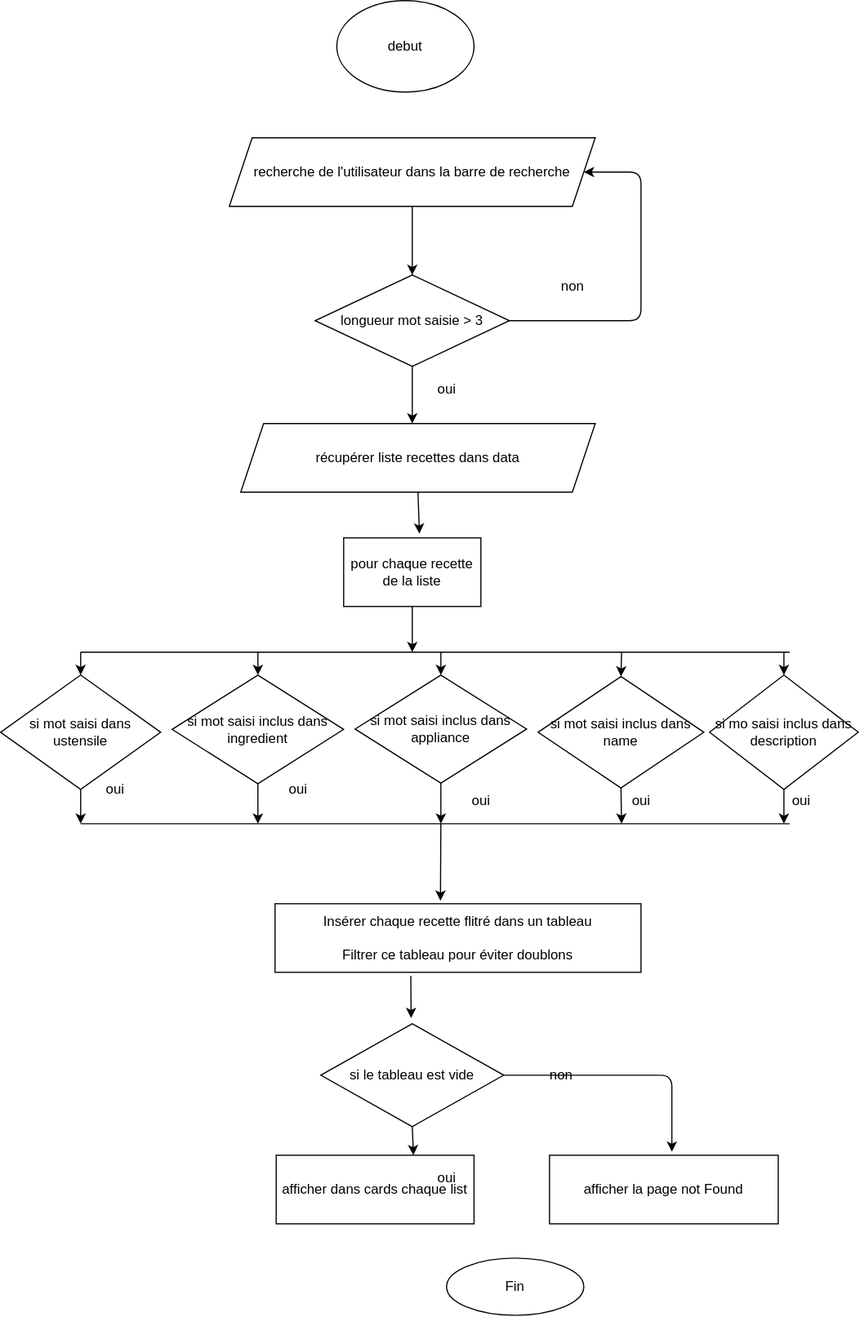
The draw.io diagram draw/diagramm1.drawio.svg in nivorako/P11-front-end-search-engine, before a commit. Source tidied: cells renumbered, new cells last; positions are measured from the earlier drawing's top-left corner, leaving out a move shared by most shapes. Source of this version:
```xml
<mxGraphModel>
  <root>
    <mxCell id="0" />
    <mxCell id="1" parent="0" />
    <mxCell id="2" value="debut" style="ellipse;whiteSpace=wrap;html=1;" parent="1" vertex="1">
      <mxGeometry x="294" width="120" height="80" as="geometry" />
    </mxCell>
    <mxCell id="3" value="recherche de l'utilisateur dans la barre de recherche" style="shape=parallelogram;perimeter=parallelogramPerimeter;whiteSpace=wrap;html=1;fixedSize=1;" parent="1" vertex="1">
      <mxGeometry x="200" y="120" width="320" height="60" as="geometry" />
    </mxCell>
    <mxCell id="4" value="longueur mot saisie &amp;gt; 3" style="rhombus;whiteSpace=wrap;html=1;" parent="1" vertex="1">
      <mxGeometry x="275" y="240" width="170" height="80" as="geometry" />
    </mxCell>
    <mxCell id="5" value="non" style="text;html=1;align=center;verticalAlign=middle;strokeColor=none;fillColor=none;" parent="1" vertex="1">
      <mxGeometry x="480" y="240" width="40" height="20" as="geometry" />
    </mxCell>
    <mxCell id="6" style="endArrow=classic;html=1;exitX=1;exitY=0.5;exitDx=0;exitDy=0;entryX=1;entryY=0.5;entryDx=0;entryDy=0;" parent="1" edge="1" source="4" target="3">
      <mxGeometry relative="1" as="geometry">
        <Array as="points">
          <mxPoint x="560" y="280" />
          <mxPoint x="560" y="150" />
        </Array>
      </mxGeometry>
    </mxCell>
    <mxCell id="7" value="oui" style="text;html=1;align=center;verticalAlign=middle;strokeColor=none;fillColor=none;" parent="1" vertex="1">
      <mxGeometry x="375" y="330" width="30" height="20" as="geometry" />
    </mxCell>
    <mxCell id="8" value="récupérer liste recettes dans data" style="shape=parallelogram;perimeter=parallelogramPerimeter;whiteSpace=wrap;html=1;fixedSize=1;" parent="1" vertex="1">
      <mxGeometry x="210" y="370" width="310" height="60" as="geometry" />
    </mxCell>
    <mxCell id="9" style="endArrow=classic;html=1;entryX=0.5;entryY=0;entryDx=0;entryDy=0;exitX=0.5;exitY=1;exitDx=0;exitDy=0;" parent="1" edge="1" source="3" target="4">
      <mxGeometry relative="1" as="geometry" />
    </mxCell>
    <mxCell id="10" style="endArrow=classic;html=1;exitX=0.5;exitY=1;exitDx=0;exitDy=0;" parent="1" edge="1" source="4">
      <mxGeometry relative="1" as="geometry">
        <mxPoint x="360" y="370" as="targetPoint" />
      </mxGeometry>
    </mxCell>
    <mxCell id="11" value="si mot saisi inclus dans appliance" style="rhombus;whiteSpace=wrap;html=1;" parent="1" vertex="1">
      <mxGeometry x="310" y="590" width="150" height="94.5" as="geometry" />
    </mxCell>
    <mxCell id="12" value="pour chaque recette de la liste" style="rounded=0;whiteSpace=wrap;html=1;" parent="1" vertex="1">
      <mxGeometry x="300" y="470" width="120" height="60" as="geometry" />
    </mxCell>
    <mxCell id="13" value="si mot saisi inclus dans ingredient" style="rhombus;whiteSpace=wrap;html=1;" parent="1" vertex="1">
      <mxGeometry x="150" y="590" width="150" height="95" as="geometry" />
    </mxCell>
    <mxCell id="14" value="si mot saisi dans ustensile" style="rhombus;whiteSpace=wrap;html=1;" parent="1" vertex="1">
      <mxGeometry y="590" width="140" height="100" as="geometry" />
    </mxCell>
    <mxCell id="15" value="si mot saisi inclus dans name" style="rhombus;whiteSpace=wrap;html=1;" parent="1" vertex="1">
      <mxGeometry x="470" y="591.2" width="145" height="97.5" as="geometry" />
    </mxCell>
    <mxCell id="16" value="si mo saisi inclus dans description" style="rhombus;whiteSpace=wrap;html=1;" parent="1" vertex="1">
      <mxGeometry x="620" y="590" width="130" height="100" as="geometry" />
    </mxCell>
    <mxCell id="17" style="endArrow=none;html=1;" parent="1" edge="1">
      <mxGeometry relative="1" as="geometry">
        <mxPoint x="70" y="570" as="sourcePoint" />
        <mxPoint x="690" y="570" as="targetPoint" />
      </mxGeometry>
    </mxCell>
    <mxCell id="18" style="endArrow=classic;html=1;exitX=0.5;exitY=1;exitDx=0;exitDy=0;" parent="1" edge="1" source="12">
      <mxGeometry relative="1" as="geometry">
        <mxPoint x="360" y="570" as="targetPoint" />
      </mxGeometry>
    </mxCell>
    <mxCell id="19" style="endArrow=classic;html=1;" parent="1" edge="1" target="14">
      <mxGeometry relative="1" as="geometry">
        <mxPoint x="70" y="570" as="sourcePoint" />
      </mxGeometry>
    </mxCell>
    <mxCell id="20" style="endArrow=classic;html=1;entryX=0.5;entryY=0;entryDx=0;entryDy=0;" parent="1" edge="1" target="13">
      <mxGeometry relative="1" as="geometry">
        <mxPoint x="225" y="570" as="sourcePoint" />
      </mxGeometry>
    </mxCell>
    <mxCell id="21" style="endArrow=classic;html=1;entryX=0.5;entryY=0;entryDx=0;entryDy=0;" parent="1" edge="1" target="11">
      <mxGeometry relative="1" as="geometry">
        <mxPoint x="385" y="570" as="sourcePoint" />
      </mxGeometry>
    </mxCell>
    <mxCell id="22" style="endArrow=classic;html=1;entryX=0.5;entryY=0;entryDx=0;entryDy=0;" parent="1" edge="1" target="15">
      <mxGeometry relative="1" as="geometry">
        <mxPoint x="543" y="570" as="sourcePoint" />
      </mxGeometry>
    </mxCell>
    <mxCell id="23" style="endArrow=classic;html=1;entryX=0.5;entryY=0;entryDx=0;entryDy=0;" parent="1" edge="1" target="16">
      <mxGeometry relative="1" as="geometry">
        <mxPoint x="685" y="570" as="sourcePoint" />
      </mxGeometry>
    </mxCell>
    <mxCell id="24" style="endArrow=none;html=1;" parent="1" edge="1">
      <mxGeometry relative="1" as="geometry">
        <mxPoint x="70" y="720" as="sourcePoint" />
        <mxPoint x="690" y="720" as="targetPoint" />
      </mxGeometry>
    </mxCell>
    <mxCell id="25" style="endArrow=classic;html=1;exitX=0.5;exitY=1;exitDx=0;exitDy=0;" parent="1" edge="1" source="14">
      <mxGeometry relative="1" as="geometry">
        <mxPoint x="70" y="720" as="targetPoint" />
      </mxGeometry>
    </mxCell>
    <mxCell id="26" style="endArrow=classic;html=1;exitX=0.5;exitY=1;exitDx=0;exitDy=0;" parent="1" edge="1" source="13">
      <mxGeometry relative="1" as="geometry">
        <mxPoint x="225" y="720" as="targetPoint" />
      </mxGeometry>
    </mxCell>
    <mxCell id="27" style="endArrow=classic;html=1;exitX=0.5;exitY=1;exitDx=0;exitDy=0;" parent="1" edge="1" source="11">
      <mxGeometry relative="1" as="geometry">
        <mxPoint x="385" y="720" as="targetPoint" />
      </mxGeometry>
    </mxCell>
    <mxCell id="28" style="endArrow=classic;html=1;exitX=0.5;exitY=1;exitDx=0;exitDy=0;" parent="1" edge="1" source="15">
      <mxGeometry relative="1" as="geometry">
        <mxPoint x="543" y="720" as="targetPoint" />
      </mxGeometry>
    </mxCell>
    <mxCell id="29" style="endArrow=classic;html=1;exitX=0.5;exitY=1;exitDx=0;exitDy=0;" parent="1" edge="1" source="16">
      <mxGeometry relative="1" as="geometry">
        <mxPoint x="685" y="720" as="targetPoint" />
      </mxGeometry>
    </mxCell>
    <mxCell id="30" value="Insérer chaque recette flitré dans un tableau&lt;br&gt;&lt;br&gt;Filtrer ce tableau pour éviter doublons" style="rounded=0;whiteSpace=wrap;html=1;" parent="1" vertex="1">
      <mxGeometry x="240" y="790" width="320" height="60" as="geometry" />
    </mxCell>
    <mxCell id="31" style="endArrow=classic;html=1;entryX=0.452;entryY=-0.044;entryDx=0;entryDy=0;entryPerimeter=0;" parent="1" edge="1" target="30">
      <mxGeometry relative="1" as="geometry">
        <mxPoint x="385" y="720" as="sourcePoint" />
      </mxGeometry>
    </mxCell>
    <mxCell id="32" value="oui" style="text;html=1;align=center;verticalAlign=middle;strokeColor=none;fillColor=none;" parent="1" vertex="1">
      <mxGeometry x="85" y="680" width="30" height="20" as="geometry" />
    </mxCell>
    <mxCell id="33" value="oui" style="text;html=1;align=center;verticalAlign=middle;strokeColor=none;fillColor=none;" parent="1" vertex="1">
      <mxGeometry x="245" y="680" width="30" height="20" as="geometry" />
    </mxCell>
    <mxCell id="34" value="oui" style="text;html=1;align=center;verticalAlign=middle;strokeColor=none;fillColor=none;" parent="1" vertex="1">
      <mxGeometry x="405" y="690" width="30" height="20" as="geometry" />
    </mxCell>
    <mxCell id="35" value="oui" style="text;html=1;align=center;verticalAlign=middle;strokeColor=none;fillColor=none;" parent="1" vertex="1">
      <mxGeometry x="545" y="690" width="30" height="20" as="geometry" />
    </mxCell>
    <mxCell id="36" value="oui" style="text;html=1;align=center;verticalAlign=middle;strokeColor=none;fillColor=none;" parent="1" vertex="1">
      <mxGeometry x="685" y="690" width="30" height="20" as="geometry" />
    </mxCell>
    <mxCell id="37" value="si le tableau est vide" style="rhombus;whiteSpace=wrap;html=1;" parent="1" vertex="1">
      <mxGeometry x="280" y="895" width="160" height="90" as="geometry" />
    </mxCell>
    <mxCell id="38" value="afficher dans cards chaque list" style="rounded=0;whiteSpace=wrap;html=1;" parent="1" vertex="1">
      <mxGeometry x="241" y="1010" width="173" height="60" as="geometry" />
    </mxCell>
    <mxCell id="39" value="afficher la page not Found" style="rounded=0;whiteSpace=wrap;html=1;" parent="1" vertex="1">
      <mxGeometry x="480" y="1010" width="200" height="60" as="geometry" />
    </mxCell>
    <mxCell id="40" style="endArrow=classic;html=1;exitX=0.5;exitY=1;exitDx=0;exitDy=0;entryX=0.694;entryY=0;entryDx=0;entryDy=0;entryPerimeter=0;" parent="1" edge="1" source="37" target="38">
      <mxGeometry relative="1" as="geometry" />
    </mxCell>
    <mxCell id="41" value="oui" style="text;html=1;align=center;verticalAlign=middle;strokeColor=none;fillColor=none;" parent="1" vertex="1">
      <mxGeometry x="375" y="1020" width="30" height="20" as="geometry" />
    </mxCell>
    <mxCell id="42" style="endArrow=classic;html=1;entryX=0.535;entryY=-0.051;entryDx=0;entryDy=0;entryPerimeter=0;exitX=1;exitY=0.5;exitDx=0;exitDy=0;" parent="1" edge="1" source="37" target="39">
      <mxGeometry relative="1" as="geometry">
        <Array as="points">
          <mxPoint x="587" y="940" />
        </Array>
      </mxGeometry>
    </mxCell>
    <mxCell id="43" value="non" style="text;html=1;align=center;verticalAlign=middle;strokeColor=none;fillColor=none;" parent="1" vertex="1">
      <mxGeometry x="470" y="930" width="40" height="20" as="geometry" />
    </mxCell>
    <mxCell id="44" value="Fin" style="ellipse;whiteSpace=wrap;html=1;" parent="1" vertex="1">
      <mxGeometry x="390" y="1100" width="120" height="50" as="geometry" />
    </mxCell>
    <mxCell id="45" style="endArrow=classic;html=1;exitX=0.371;exitY=1.051;exitDx=0;exitDy=0;exitPerimeter=0;" parent="1" edge="1" source="30">
      <mxGeometry relative="1" as="geometry">
        <mxPoint x="359" y="890" as="targetPoint" />
      </mxGeometry>
    </mxCell>
    <mxCell id="46" style="endArrow=classic;html=1;exitX=0.5;exitY=1;exitDx=0;exitDy=0;entryX=0.552;entryY=-0.062;entryDx=0;entryDy=0;entryPerimeter=0;" parent="1" edge="1" source="8" target="12">
      <mxGeometry relative="1" as="geometry" />
    </mxCell>
  </root>
</mxGraphModel>
```
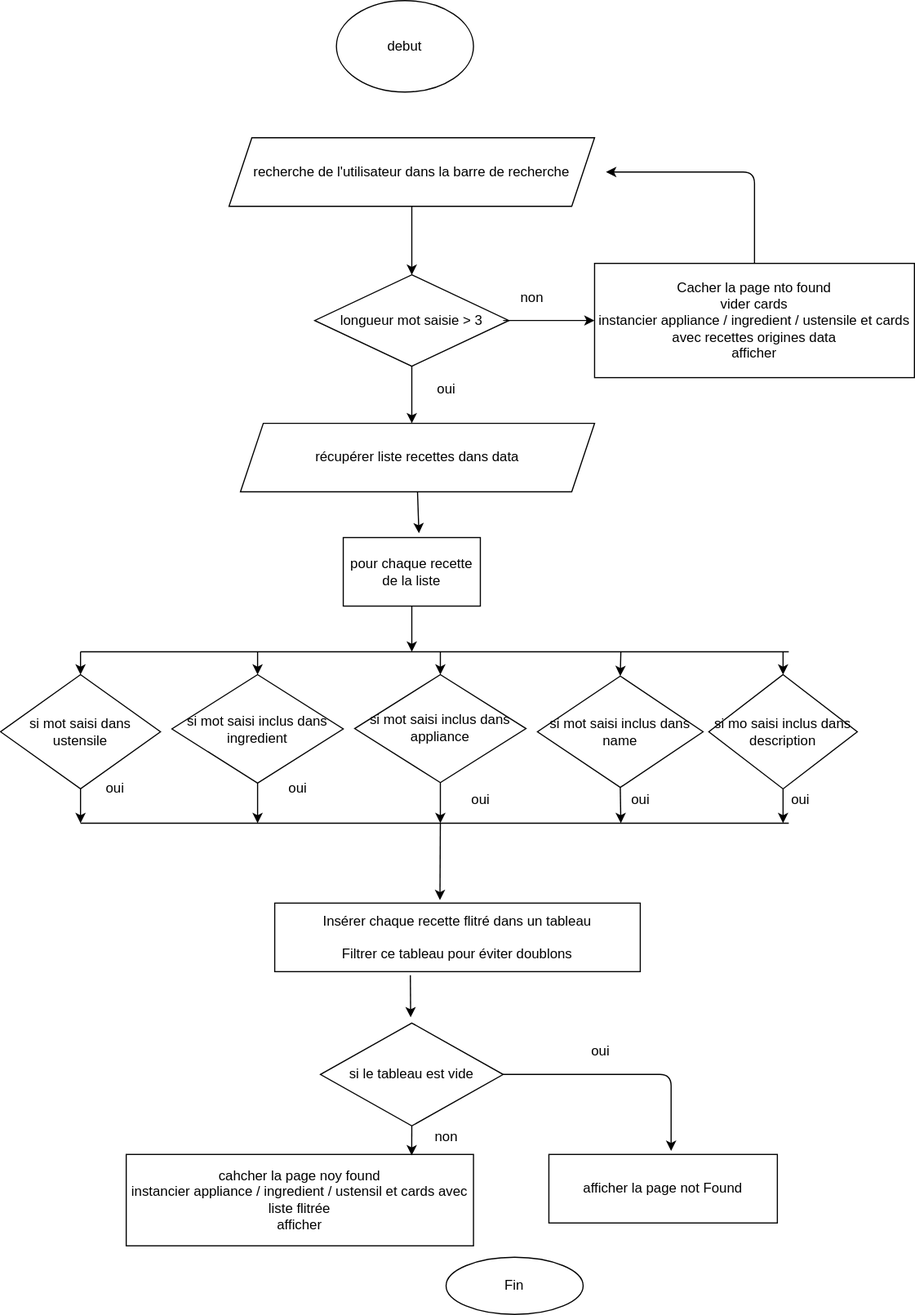
The same diagram one commit later.

Diff of the diagram source:
```diff
@@ -12,16 +12,8 @@
       <mxGeometry x="275" y="240" width="170" height="80" as="geometry" />
     </mxCell>
     <mxCell id="5" value="non" style="text;html=1;align=center;verticalAlign=middle;strokeColor=none;fillColor=none;" parent="1" vertex="1">
-      <mxGeometry x="480" y="240" width="40" height="20" as="geometry" />
+      <mxGeometry x="445" y="250" width="40" height="20" as="geometry" />
     </mxCell>
-    <mxCell id="6" style="endArrow=classic;html=1;exitX=1;exitY=0.5;exitDx=0;exitDy=0;entryX=1;entryY=0.5;entryDx=0;entryDy=0;" parent="1" edge="1" source="4" target="3">
-      <mxGeometry relative="1" as="geometry">
-        <Array as="points">
-          <mxPoint x="560" y="280" />
-          <mxPoint x="560" y="150" />
-        </Array>
-      </mxGeometry>
-    </mxCell>
     <mxCell id="7" value="oui" style="text;html=1;align=center;verticalAlign=middle;strokeColor=none;fillColor=none;" parent="1" vertex="1">
       <mxGeometry x="375" y="330" width="30" height="20" as="geometry" />
     </mxCell>
@@ -147,17 +139,17 @@
     <mxCell id="37" value="si le tableau est vide" style="rhombus;whiteSpace=wrap;html=1;" parent="1" vertex="1">
       <mxGeometry x="280" y="895" width="160" height="90" as="geometry" />
     </mxCell>
-    <mxCell id="38" value="afficher dans cards chaque list" style="rounded=0;whiteSpace=wrap;html=1;" parent="1" vertex="1">
-      <mxGeometry x="241" y="1010" width="173" height="60" as="geometry" />
+    <mxCell id="38" value="cahcher la page noy found&lt;br&gt;instancier appliance / ingredient / ustensil et cards avec liste flitrée&amp;nbsp;&amp;nbsp;&lt;br&gt;afficher&amp;nbsp;" style="rounded=0;whiteSpace=wrap;html=1;" parent="1" vertex="1">
+      <mxGeometry x="110" y="1010" width="304" height="80" as="geometry" />
     </mxCell>
     <mxCell id="39" value="afficher la page not Found" style="rounded=0;whiteSpace=wrap;html=1;" parent="1" vertex="1">
       <mxGeometry x="480" y="1010" width="200" height="60" as="geometry" />
     </mxCell>
-    <mxCell id="40" style="endArrow=classic;html=1;exitX=0.5;exitY=1;exitDx=0;exitDy=0;entryX=0.694;entryY=0;entryDx=0;entryDy=0;entryPerimeter=0;" parent="1" edge="1" source="37" target="38">
+    <mxCell id="40" style="endArrow=classic;html=1;exitX=0.5;exitY=1;exitDx=0;exitDy=0;entryX=0.822;entryY=0.011;entryDx=0;entryDy=0;entryPerimeter=0;" parent="1" edge="1" source="37" target="38">
       <mxGeometry relative="1" as="geometry" />
     </mxCell>
     <mxCell id="41" value="oui" style="text;html=1;align=center;verticalAlign=middle;strokeColor=none;fillColor=none;" parent="1" vertex="1">
-      <mxGeometry x="375" y="1020" width="30" height="20" as="geometry" />
+      <mxGeometry x="510" y="910" width="30" height="20" as="geometry" />
     </mxCell>
     <mxCell id="42" style="endArrow=classic;html=1;entryX=0.535;entryY=-0.051;entryDx=0;entryDy=0;entryPerimeter=0;exitX=1;exitY=0.5;exitDx=0;exitDy=0;" parent="1" edge="1" source="37" target="39">
       <mxGeometry relative="1" as="geometry">
@@ -167,7 +159,7 @@
       </mxGeometry>
     </mxCell>
     <mxCell id="43" value="non" style="text;html=1;align=center;verticalAlign=middle;strokeColor=none;fillColor=none;" parent="1" vertex="1">
-      <mxGeometry x="470" y="930" width="40" height="20" as="geometry" />
+      <mxGeometry x="370" y="985" width="40" height="20" as="geometry" />
     </mxCell>
     <mxCell id="44" value="Fin" style="ellipse;whiteSpace=wrap;html=1;" parent="1" vertex="1">
       <mxGeometry x="390" y="1100" width="120" height="50" as="geometry" />
@@ -180,5 +172,21 @@
     <mxCell id="46" style="endArrow=classic;html=1;exitX=0.5;exitY=1;exitDx=0;exitDy=0;entryX=0.552;entryY=-0.062;entryDx=0;entryDy=0;entryPerimeter=0;" parent="1" edge="1" source="8" target="12">
       <mxGeometry relative="1" as="geometry" />
     </mxCell>
+    <mxCell id="47" value="Cacher la page nto found&lt;br&gt;vider cards&lt;br&gt;instancier appliance / ingredient / ustensile et cards avec recettes origines data&amp;nbsp;&lt;br&gt;afficher" style="rounded=0;whiteSpace=wrap;html=1;" parent="1" vertex="1">
+      <mxGeometry x="520" y="230" width="280" height="100" as="geometry" />
+    </mxCell>
+    <mxCell id="48" style="endArrow=classic;html=1;entryX=0;entryY=0.5;entryDx=0;entryDy=0;" parent="1" edge="1" target="47">
+      <mxGeometry relative="1" as="geometry">
+        <mxPoint x="440" y="280" as="sourcePoint" />
+      </mxGeometry>
+    </mxCell>
+    <mxCell id="49" style="endArrow=classic;html=1;exitX=0.5;exitY=0;exitDx=0;exitDy=0;" parent="1" edge="1" source="47">
+      <mxGeometry relative="1" as="geometry">
+        <mxPoint x="530" y="150" as="targetPoint" />
+        <Array as="points">
+          <mxPoint x="660" y="150" />
+        </Array>
+      </mxGeometry>
+    </mxCell>
   </root>
 </mxGraphModel>
```
